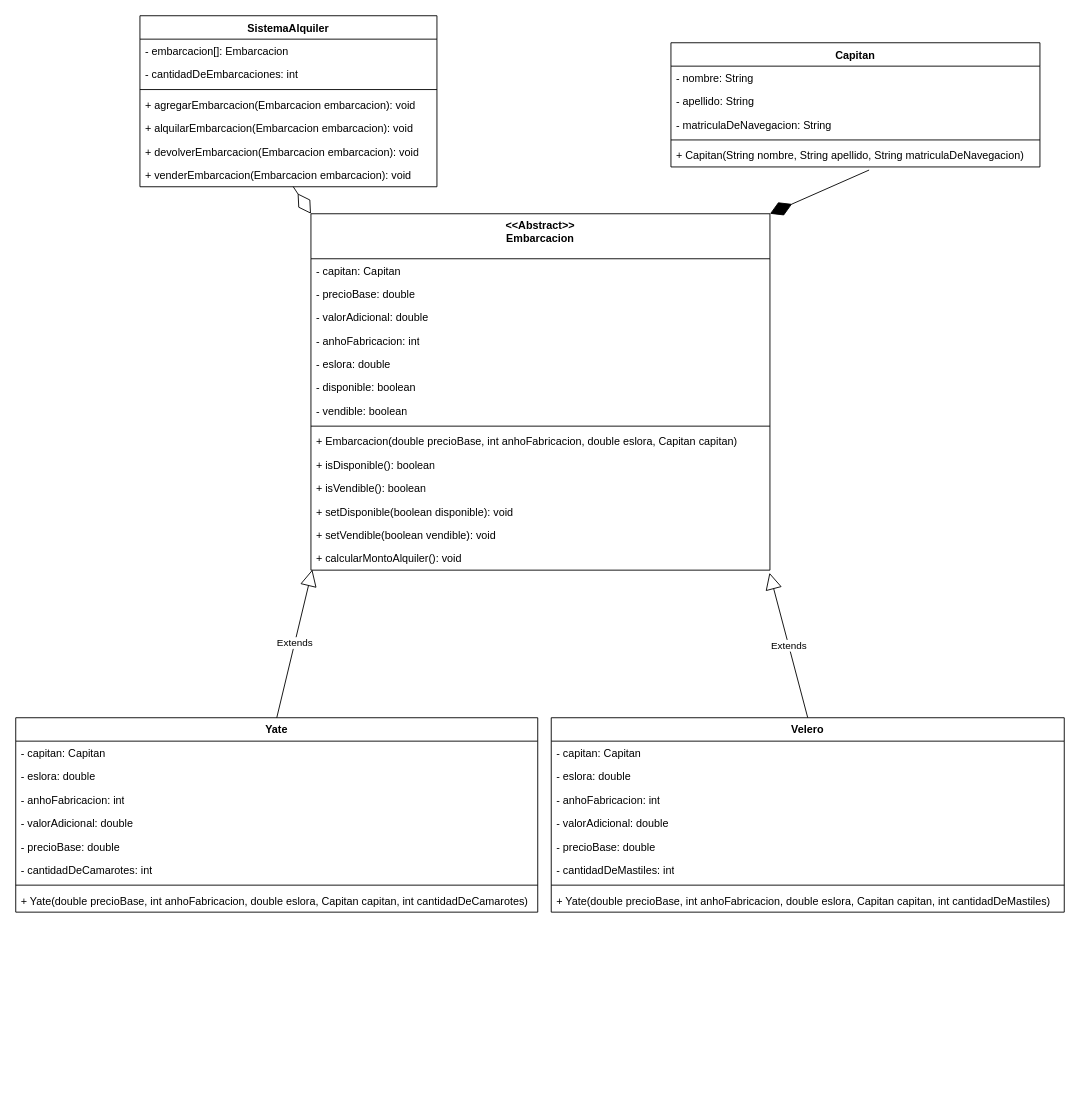
yvahosc/MAKAIA_WorkShop3 keeps this draw.io diagram as src/co/com/WorkshopMAKAI/UML/UML_SistemaAlquiler_MAKAI.drawio.xml. Above is the earlier version. Source tidied: cells renumbered, new cells numbered last; positions are measured from the earlier drawing's top-left corner, leaving out a move shared by most shapes. Both pictures are drawn from the tidied source at 90%, with x=0, y=0 at pixel (15, 15).
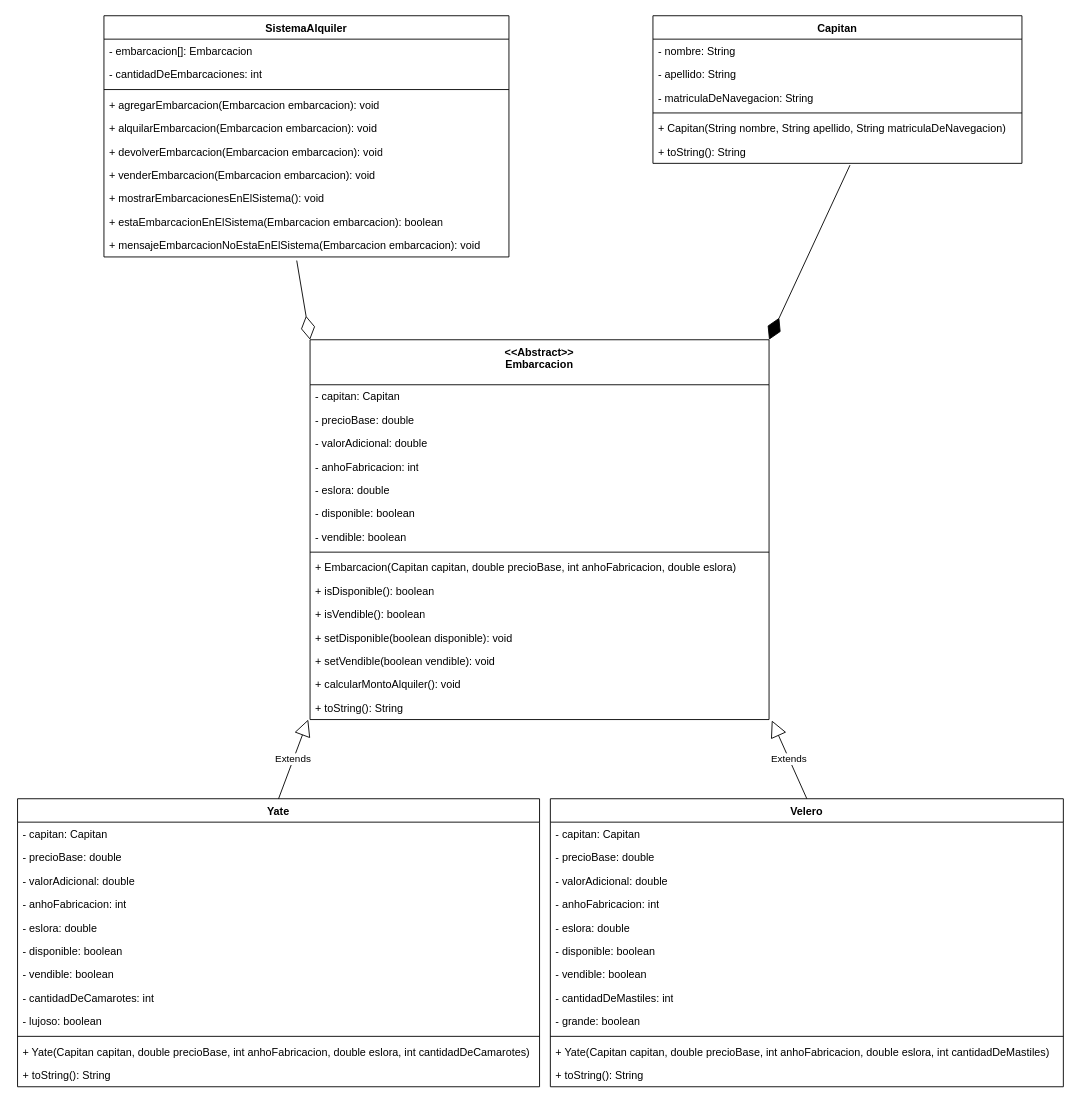
The same page after the edit.

Commit message (it also covers changes not shown here):
Actualización archivos UML del proyecto.

The change refers to these unchanged cells:
```xml
<mxCell id="7" value="+ Capitan(String nombre, String apellido, String matriculaDeNavegacion)" style="text;strokeColor=none;fillColor=none;align=left;verticalAlign=top;spacingLeft=4;spacingRight=4;overflow=hidden;points=[[0,0.5],[1,0.5]];portConstraint=eastwest;whiteSpace=wrap;html=1;" parent="2" vertex="1">
  <mxGeometry y="112" width="410" height="26" as="geometry" />
</mxCell>
<mxCell id="22" value="+ calcularMontoAlquiler(): void" style="text;strokeColor=none;fillColor=none;align=left;verticalAlign=top;spacingLeft=4;spacingRight=4;overflow=hidden;points=[[0,0.5],[1,0.5]];portConstraint=eastwest;whiteSpace=wrap;html=1;" parent="8" vertex="1">
  <mxGeometry y="370" width="510" height="26" as="geometry" />
</mxCell>
```

Change to the diagram source:
```diff
@@
     <mxCell id="2" value="Capitan" style="swimlane;fontStyle=1;align=center;verticalAlign=top;horizontal=1;startSize=26;whiteSpace=wrap;html=1;" parent="1" vertex="1">
-      <mxGeometry x="728" y="30" width="410" height="138" as="geometry" />
+      <mxGeometry x="708" width="410" height="164" as="geometry" />
     </mxCell>
@@
+    <mxCell id="53" value="+ toString(): String" style="text;strokeColor=none;fillColor=none;align=left;verticalAlign=top;spacingLeft=4;spacingRight=4;overflow=hidden;points=[[0,0.5],[1,0.5]];portConstraint=eastwest;whiteSpace=wrap;html=1;" parent="2" vertex="1">
+      <mxGeometry y="138" width="410" height="26" as="geometry" />
+    </mxCell>
     <mxCell id="8" value="&amp;lt;&amp;lt;Abstract&amp;gt;&amp;gt;&lt;br&gt;Embarcacion" style="swimlane;fontStyle=1;align=center;verticalAlign=top;horizontal=1;startSize=50;whiteSpace=wrap;html=1;" parent="1" vertex="1">
-      <mxGeometry x="328" y="220" width="510" height="396" as="geometry" />
+      <mxGeometry x="327" y="360" width="510" height="422" as="geometry" />
     </mxCell>
@@
-    <mxCell id="17" value="+ Embarcacion(double precioBase, int anhoFabricacion, double eslora, Capitan capitan)" style="text;strokeColor=none;fillColor=none;align=left;verticalAlign=top;spacingLeft=4;spacingRight=4;overflow=hidden;whiteSpace=wrap;html=1;" parent="8" vertex="1">
+    <mxCell id="17" value="+ Embarcacion(Capitan capitan,&amp;nbsp;double precioBase, int anhoFabricacion, double eslora)" style="text;strokeColor=none;fillColor=none;align=left;verticalAlign=top;spacingLeft=4;spacingRight=4;overflow=hidden;whiteSpace=wrap;html=1;" parent="8" vertex="1">
       <mxGeometry y="240" width="510" height="26" as="geometry" />
     </mxCell>
@@
+    <mxCell id="54" value="+ toString(): String" style="text;strokeColor=none;fillColor=none;align=left;verticalAlign=top;spacingLeft=4;spacingRight=4;overflow=hidden;points=[[0,0.5],[1,0.5]];portConstraint=eastwest;whiteSpace=wrap;html=1;" parent="8" vertex="1">
+      <mxGeometry y="396" width="510" height="26" as="geometry" />
+    </mxCell>
     <mxCell id="23" value="Yate" style="swimlane;fontStyle=1;align=center;verticalAlign=top;horizontal=1;startSize=26;whiteSpace=wrap;html=1;" parent="1" vertex="1">
-      <mxGeometry y="780" width="580" height="216" as="geometry" />
+      <mxGeometry x="2" y="870" width="580" height="320" as="geometry" />
     </mxCell>
@@
+    <mxCell id="28" value="- precioBase: double" style="text;strokeColor=none;fillColor=none;align=left;verticalAlign=top;spacingLeft=4;spacingRight=4;overflow=hidden;whiteSpace=wrap;html=1;" parent="23" vertex="1">
+      <mxGeometry y="52" width="580" height="26" as="geometry" />
+    </mxCell>
+    <mxCell id="27" value="- valorAdicional: double&amp;nbsp;" style="text;strokeColor=none;fillColor=none;align=left;verticalAlign=top;spacingLeft=4;spacingRight=4;overflow=hidden;whiteSpace=wrap;html=1;" parent="23" vertex="1">
+      <mxGeometry y="78" width="580" height="26" as="geometry" />
+    </mxCell>
+    <mxCell id="26" value="- anhoFabricacion: int" style="text;strokeColor=none;fillColor=none;align=left;verticalAlign=top;spacingLeft=4;spacingRight=4;overflow=hidden;whiteSpace=wrap;html=1;" parent="23" vertex="1">
+      <mxGeometry y="104" width="580" height="26" as="geometry" />
+    </mxCell>
     <mxCell id="25" value="- eslora: double" style="text;strokeColor=none;fillColor=none;align=left;verticalAlign=top;spacingLeft=4;spacingRight=4;overflow=hidden;whiteSpace=wrap;html=1;" parent="23" vertex="1">
-      <mxGeometry y="52" width="580" height="26" as="geometry" />
+      <mxGeometry y="130" width="580" height="26" as="geometry" />
     </mxCell>
-    <mxCell id="26" value="- anhoFabricacion: int" style="text;strokeColor=none;fillColor=none;align=left;verticalAlign=top;spacingLeft=4;spacingRight=4;overflow=hidden;whiteSpace=wrap;html=1;" parent="23" vertex="1">
-      <mxGeometry y="78" width="580" height="26" as="geometry" />
-    </mxCell>
-    <mxCell id="27" value="- valorAdicional: double&amp;nbsp;" style="text;strokeColor=none;fillColor=none;align=left;verticalAlign=top;spacingLeft=4;spacingRight=4;overflow=hidden;whiteSpace=wrap;html=1;" parent="23" vertex="1">
-      <mxGeometry y="104" width="580" height="26" as="geometry" />
-    </mxCell>
-    <mxCell id="28" value="- precioBase: double" style="text;strokeColor=none;fillColor=none;align=left;verticalAlign=top;spacingLeft=4;spacingRight=4;overflow=hidden;whiteSpace=wrap;html=1;" parent="23" vertex="1">
-      <mxGeometry y="130" width="580" height="26" as="geometry" />
-    </mxCell>
+    <mxCell id="55" value="- disponible: boolean" style="text;strokeColor=none;fillColor=none;align=left;verticalAlign=top;spacingLeft=4;spacingRight=4;overflow=hidden;whiteSpace=wrap;html=1;" parent="23" vertex="1">
+      <mxGeometry y="156" width="580" height="26" as="geometry" />
+    </mxCell>
+    <mxCell id="56" value="- vendible: boolean" style="text;strokeColor=none;fillColor=none;align=left;verticalAlign=top;spacingLeft=4;spacingRight=4;overflow=hidden;whiteSpace=wrap;html=1;" parent="23" vertex="1">
+      <mxGeometry y="182" width="580" height="26" as="geometry" />
+    </mxCell>
     <mxCell id="29" value="- cantidadDeCamarotes: int" style="text;strokeColor=none;fillColor=none;align=left;verticalAlign=top;spacingLeft=4;spacingRight=4;overflow=hidden;whiteSpace=wrap;html=1;" parent="23" vertex="1">
-      <mxGeometry y="156" width="580" height="26" as="geometry" />
+      <mxGeometry y="208" width="580" height="26" as="geometry" />
     </mxCell>
+    <mxCell id="57" value="- lujoso: boolean" style="text;strokeColor=none;fillColor=none;align=left;verticalAlign=top;spacingLeft=4;spacingRight=4;overflow=hidden;whiteSpace=wrap;html=1;" parent="23" vertex="1">
+      <mxGeometry y="234" width="580" height="26" as="geometry" />
+    </mxCell>
     <mxCell id="30" style="line;strokeWidth=1;fillColor=none;align=left;verticalAlign=middle;spacingTop=-1;spacingLeft=3;spacingRight=3;labelPosition=right;strokeColor=inherit;" parent="23" vertex="1">
-      <mxGeometry y="182" width="580" height="8" as="geometry" />
+      <mxGeometry y="260" width="580" height="8" as="geometry" />
     </mxCell>
-    <mxCell id="31" value="+ Yate(double precioBase, int anhoFabricacion, double eslora, Capitan capitan, int cantidadDeCamarotes)" style="text;strokeColor=none;fillColor=none;align=left;verticalAlign=top;spacingLeft=4;spacingRight=4;overflow=hidden;whiteSpace=wrap;html=1;" parent="23" vertex="1">
-      <mxGeometry y="190" width="580" height="26" as="geometry" />
+    <mxCell id="31" value="+ Yate(Capitan capitan,&amp;nbsp;double precioBase, int anhoFabricacion, double eslora, int cantidadDeCamarotes)" style="text;strokeColor=none;fillColor=none;align=left;verticalAlign=top;spacingLeft=4;spacingRight=4;overflow=hidden;whiteSpace=wrap;html=1;" parent="23" vertex="1">
+      <mxGeometry y="268" width="580" height="26" as="geometry" />
     </mxCell>
+    <mxCell id="58" value="+ toString(): String" style="text;strokeColor=none;fillColor=none;align=left;verticalAlign=top;spacingLeft=4;spacingRight=4;overflow=hidden;whiteSpace=wrap;html=1;" parent="23" vertex="1">
+      <mxGeometry y="294" width="580" height="26" as="geometry" />
+    </mxCell>
     <mxCell id="32" value="Velero" style="swimlane;fontStyle=1;align=center;verticalAlign=top;horizontal=1;startSize=26;whiteSpace=wrap;html=1;" parent="1" vertex="1">
-      <mxGeometry x="595" y="780" width="570" height="216" as="geometry" />
+      <mxGeometry x="594" y="870" width="570" height="320" as="geometry" />
     </mxCell>
@@
+    <mxCell id="37" value="- precioBase: double" style="text;strokeColor=none;fillColor=none;align=left;verticalAlign=top;spacingLeft=4;spacingRight=4;overflow=hidden;whiteSpace=wrap;html=1;" parent="32" vertex="1">
+      <mxGeometry y="52" width="570" height="26" as="geometry" />
+    </mxCell>
+    <mxCell id="36" value="- valorAdicional: double&amp;nbsp;" style="text;strokeColor=none;fillColor=none;align=left;verticalAlign=top;spacingLeft=4;spacingRight=4;overflow=hidden;whiteSpace=wrap;html=1;" parent="32" vertex="1">
+      <mxGeometry y="78" width="570" height="26" as="geometry" />
+    </mxCell>
+    <mxCell id="35" value="- anhoFabricacion: int" style="text;strokeColor=none;fillColor=none;align=left;verticalAlign=top;spacingLeft=4;spacingRight=4;overflow=hidden;whiteSpace=wrap;html=1;" parent="32" vertex="1">
+      <mxGeometry y="104" width="570" height="26" as="geometry" />
+    </mxCell>
     <mxCell id="34" value="- eslora: double" style="text;strokeColor=none;fillColor=none;align=left;verticalAlign=top;spacingLeft=4;spacingRight=4;overflow=hidden;whiteSpace=wrap;html=1;" parent="32" vertex="1">
-      <mxGeometry y="52" width="570" height="26" as="geometry" />
+      <mxGeometry y="130" width="570" height="26" as="geometry" />
     </mxCell>
-    <mxCell id="35" value="- anhoFabricacion: int" style="text;strokeColor=none;fillColor=none;align=left;verticalAlign=top;spacingLeft=4;spacingRight=4;overflow=hidden;whiteSpace=wrap;html=1;" parent="32" vertex="1">
-      <mxGeometry y="78" width="570" height="26" as="geometry" />
-    </mxCell>
-    <mxCell id="36" value="- valorAdicional: double&amp;nbsp;" style="text;strokeColor=none;fillColor=none;align=left;verticalAlign=top;spacingLeft=4;spacingRight=4;overflow=hidden;whiteSpace=wrap;html=1;" parent="32" vertex="1">
-      <mxGeometry y="104" width="570" height="26" as="geometry" />
-    </mxCell>
-    <mxCell id="37" value="- precioBase: double" style="text;strokeColor=none;fillColor=none;align=left;verticalAlign=top;spacingLeft=4;spacingRight=4;overflow=hidden;whiteSpace=wrap;html=1;" parent="32" vertex="1">
-      <mxGeometry y="130" width="570" height="26" as="geometry" />
-    </mxCell>
+    <mxCell id="59" value="- disponible: boolean" style="text;strokeColor=none;fillColor=none;align=left;verticalAlign=top;spacingLeft=4;spacingRight=4;overflow=hidden;whiteSpace=wrap;html=1;" parent="32" vertex="1">
+      <mxGeometry y="156" width="570" height="26" as="geometry" />
+    </mxCell>
+    <mxCell id="60" value="- vendible: boolean" style="text;strokeColor=none;fillColor=none;align=left;verticalAlign=top;spacingLeft=4;spacingRight=4;overflow=hidden;whiteSpace=wrap;html=1;" parent="32" vertex="1">
+      <mxGeometry y="182" width="570" height="26" as="geometry" />
+    </mxCell>
     <mxCell id="38" value="- cantidadDeMastiles: int" style="text;strokeColor=none;fillColor=none;align=left;verticalAlign=top;spacingLeft=4;spacingRight=4;overflow=hidden;whiteSpace=wrap;html=1;" parent="32" vertex="1">
-      <mxGeometry y="156" width="570" height="26" as="geometry" />
+      <mxGeometry y="208" width="570" height="26" as="geometry" />
     </mxCell>
+    <mxCell id="61" value="- grande: boolean" style="text;strokeColor=none;fillColor=none;align=left;verticalAlign=top;spacingLeft=4;spacingRight=4;overflow=hidden;whiteSpace=wrap;html=1;" parent="32" vertex="1">
+      <mxGeometry y="234" width="570" height="26" as="geometry" />
+    </mxCell>
     <mxCell id="39" style="line;strokeWidth=1;fillColor=none;align=left;verticalAlign=middle;spacingTop=-1;spacingLeft=3;spacingRight=3;labelPosition=right;strokeColor=inherit;" parent="32" vertex="1">
-      <mxGeometry y="182" width="570" height="8" as="geometry" />
+      <mxGeometry y="260" width="570" height="8" as="geometry" />
     </mxCell>
-    <mxCell id="40" value="+ Yate(double precioBase, int anhoFabricacion, double eslora, Capitan capitan, int cantidadDeMastiles)" style="text;strokeColor=none;fillColor=none;align=left;verticalAlign=top;spacingLeft=4;spacingRight=4;overflow=hidden;whiteSpace=wrap;html=1;" parent="32" vertex="1">
-      <mxGeometry y="190" width="570" height="26" as="geometry" />
+    <mxCell id="40" value="+ Yate(Capitan capitan,&amp;nbsp;double precioBase, int anhoFabricacion, double eslora, int cantidadDeMastiles)" style="text;strokeColor=none;fillColor=none;align=left;verticalAlign=top;spacingLeft=4;spacingRight=4;overflow=hidden;whiteSpace=wrap;html=1;" parent="32" vertex="1">
+      <mxGeometry y="268" width="570" height="26" as="geometry" />
     </mxCell>
+    <mxCell id="62" value="+ toString(): String" style="text;strokeColor=none;fillColor=none;align=left;verticalAlign=top;spacingLeft=4;spacingRight=4;overflow=hidden;whiteSpace=wrap;html=1;" parent="32" vertex="1">
+      <mxGeometry y="294" width="570" height="26" as="geometry" />
+    </mxCell>
-    <mxCell id="41" value="Extends" style="endArrow=block;endSize=16;endFill=0;html=1;rounded=0;entryX=0.003;entryY=0.977;entryDx=0;entryDy=0;exitX=0.5;exitY=0;exitDx=0;exitDy=0;entryPerimeter=0;" parent="1" edge="1" source="23" target="22">
+    <mxCell id="41" value="Extends" style="endArrow=block;endSize=16;endFill=0;html=1;rounded=0;entryX=-0.004;entryY=1;entryDx=0;entryDy=0;exitX=0.5;exitY=0;exitDx=0;exitDy=0;entryPerimeter=0;" parent="1" edge="1" source="23" target="54">
       <mxGeometry relative="1" as="geometry" />
     </mxCell>
-    <mxCell id="42" value="Extends" style="endArrow=block;endSize=16;endFill=0;html=1;rounded=0;exitX=0.5;exitY=0;exitDx=0;exitDy=0;entryX=0.999;entryY=1.113;entryDx=0;entryDy=0;entryPerimeter=0;" parent="1" edge="1" source="32" target="22">
+    <mxCell id="42" value="Extends" style="endArrow=block;endSize=16;endFill=0;html=1;rounded=0;exitX=0.5;exitY=0;exitDx=0;exitDy=0;entryX=1.006;entryY=1.038;entryDx=0;entryDy=0;entryPerimeter=0;" parent="1" edge="1" source="32" target="54">
       <mxGeometry relative="1" as="geometry" />
     </mxCell>
-    <mxCell id="43" style="endArrow=diamondThin;endFill=1;endSize=24;html=1;rounded=0;entryX=1;entryY=0;entryDx=0;entryDy=0;exitX=0.537;exitY=1.132;exitDx=0;exitDy=0;exitPerimeter=0;" parent="1" edge="1" source="7" target="8">
+    <mxCell id="43" style="endArrow=diamondThin;endFill=1;endSize=24;html=1;rounded=0;entryX=1;entryY=0;entryDx=0;entryDy=0;exitX=0.534;exitY=1.077;exitDx=0;exitDy=0;exitPerimeter=0;" parent="1" edge="1" source="53" target="8">
       <mxGeometry relative="1" as="geometry" />
     </mxCell>
     <mxCell id="44" value="SistemaAlquiler" style="swimlane;fontStyle=1;align=center;verticalAlign=top;horizontal=1;startSize=26;whiteSpace=wrap;html=1;" parent="1" vertex="1">
-      <mxGeometry x="138" width="330" height="190" as="geometry" />
+      <mxGeometry x="98" width="450" height="268" as="geometry" />
     </mxCell>
     <mxCell id="45" value="- embarcacion[]: Embarcacion" style="text;strokeColor=none;fillColor=none;align=left;verticalAlign=top;spacingLeft=4;spacingRight=4;overflow=hidden;whiteSpace=wrap;html=1;" parent="44" vertex="1">
-      <mxGeometry y="26" width="330" height="26" as="geometry" />
+      <mxGeometry y="26" width="450" height="26" as="geometry" />
     </mxCell>
     <mxCell id="46" value="- cantidadDeEmbarcaciones: int" style="text;strokeColor=none;fillColor=none;align=left;verticalAlign=top;spacingLeft=4;spacingRight=4;overflow=hidden;whiteSpace=wrap;html=1;" parent="44" vertex="1">
-      <mxGeometry y="52" width="330" height="26" as="geometry" />
+      <mxGeometry y="52" width="450" height="26" as="geometry" />
     </mxCell>
     <mxCell id="47" style="line;strokeWidth=1;fillColor=none;align=left;verticalAlign=middle;spacingTop=-1;spacingLeft=3;spacingRight=3;labelPosition=right;strokeColor=inherit;" parent="44" vertex="1">
-      <mxGeometry y="78" width="330" height="8" as="geometry" />
+      <mxGeometry y="78" width="450" height="8" as="geometry" />
     </mxCell>
     <mxCell id="48" value="+ agregarEmbarcacion(Embarcacion embarcacion): void" style="text;strokeColor=none;fillColor=none;align=left;verticalAlign=top;spacingLeft=4;spacingRight=4;overflow=hidden;whiteSpace=wrap;html=1;" parent="44" vertex="1">
-      <mxGeometry y="86" width="330" height="26" as="geometry" />
+      <mxGeometry y="86" width="450" height="26" as="geometry" />
     </mxCell>
     <mxCell id="49" value="+ alquilarEmbarcacion(Embarcacion embarcacion): void" style="text;strokeColor=none;fillColor=none;align=left;verticalAlign=top;spacingLeft=4;spacingRight=4;overflow=hidden;whiteSpace=wrap;html=1;" parent="44" vertex="1">
-      <mxGeometry y="112" width="330" height="26" as="geometry" />
+      <mxGeometry y="112" width="450" height="26" as="geometry" />
     </mxCell>
     <mxCell id="50" value="+ devolverEmbarcacion(Embarcacion embarcacion): void" style="text;strokeColor=none;fillColor=none;align=left;verticalAlign=top;spacingLeft=4;spacingRight=4;overflow=hidden;whiteSpace=wrap;html=1;" parent="44" vertex="1">
-      <mxGeometry y="138" width="330" height="26" as="geometry" />
+      <mxGeometry y="138" width="450" height="26" as="geometry" />
     </mxCell>
     <mxCell id="51" value="+ venderEmbarcacion(Embarcacion embarcacion): void" style="text;strokeColor=none;fillColor=none;align=left;verticalAlign=top;spacingLeft=4;spacingRight=4;overflow=hidden;points=[[0,0.5],[1,0.5]];portConstraint=eastwest;whiteSpace=wrap;html=1;" parent="44" vertex="1">
-      <mxGeometry y="164" width="330" height="26" as="geometry" />
+      <mxGeometry y="164" width="450" height="26" as="geometry" />
     </mxCell>
+    <mxCell id="63" value="+ mostrarEmbarcacionesEnElSistema(): void" style="text;strokeColor=none;fillColor=none;align=left;verticalAlign=top;spacingLeft=4;spacingRight=4;overflow=hidden;whiteSpace=wrap;html=1;" parent="44" vertex="1">
+      <mxGeometry y="190" width="450" height="26" as="geometry" />
+    </mxCell>
+    <mxCell id="64" value="+ estaEmbarcacionEnElSistema(Embarcacion embarcacion): boolean" style="text;strokeColor=none;fillColor=none;align=left;verticalAlign=top;spacingLeft=4;spacingRight=4;overflow=hidden;whiteSpace=wrap;html=1;" parent="44" vertex="1">
+      <mxGeometry y="216" width="450" height="26" as="geometry" />
+    </mxCell>
+    <mxCell id="65" value="+ mensajeEmbarcacionNoEstaEnElSistema(Embarcacion embarcacion): void" style="text;strokeColor=none;fillColor=none;align=left;verticalAlign=top;spacingLeft=4;spacingRight=4;overflow=hidden;points=[[0,0.5],[1,0.5]];portConstraint=eastwest;whiteSpace=wrap;html=1;" parent="44" vertex="1">
+      <mxGeometry y="242" width="450" height="26" as="geometry" />
+    </mxCell>
-    <mxCell id="52" style="endArrow=diamondThin;endFill=0;endSize=24;html=1;rounded=0;exitX=0.516;exitY=0.996;exitDx=0;exitDy=0;exitPerimeter=0;entryX=0;entryY=0;entryDx=0;entryDy=0;" parent="1" edge="1" source="51" target="8">
+    <mxCell id="52" style="endArrow=diamondThin;endFill=0;endSize=24;html=1;rounded=0;exitX=0.476;exitY=1.154;exitDx=0;exitDy=0;exitPerimeter=0;entryX=0;entryY=0;entryDx=0;entryDy=0;" parent="1" edge="1" source="65" target="8">
       <mxGeometry relative="1" as="geometry" />
     </mxCell>
```
